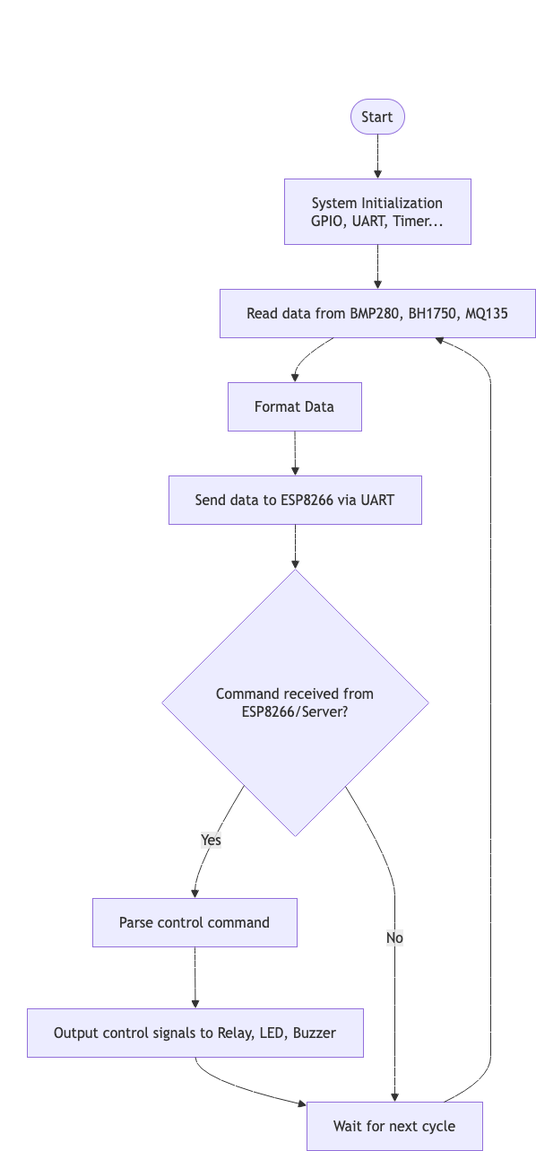
Earlier version of the draw.io export docs/architecture/stm32-flow.png (jostran1406/Phase_2_Group_11). Source tidied: cells renumbered, new cells last; positions are measured from the earlier drawing's top-left corner, leaving out a move shared by most shapes.
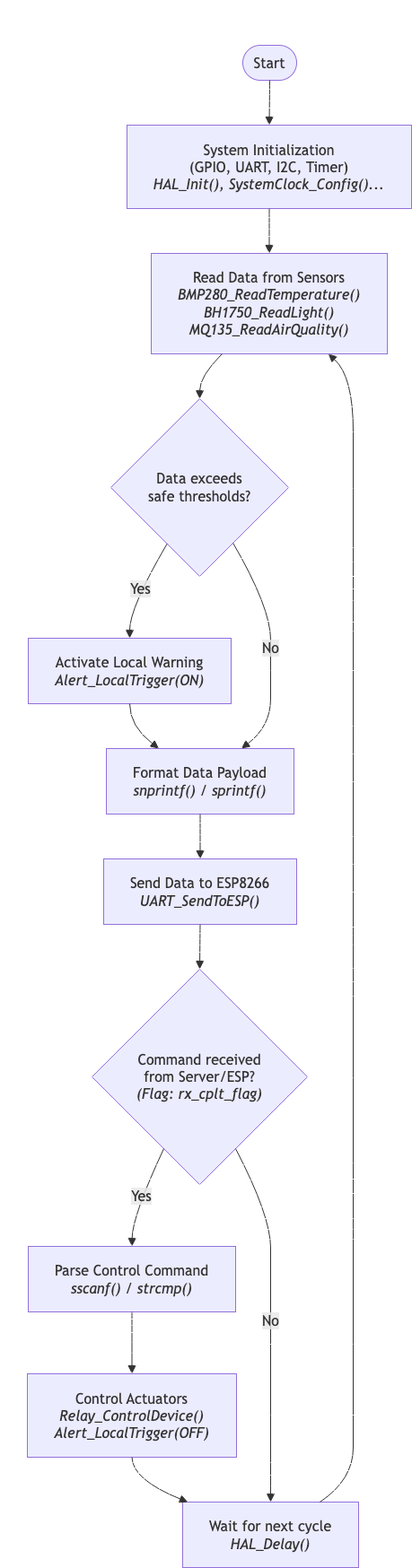
The same diagram one commit later.

The edit, as a diff of the source:
```diff
@@ -6,95 +6,128 @@
       <mxGeometry as="geometry" />
     </mxCell>
     <mxCell id="3" value="Start" style="html=1;rounded=1;whiteSpace=wrap;arcSize=50;strokeWidth=1;fillColor=light-dark(#ECECFF,#1f2020);strokeColor=light-dark(#9370DB,#cccccc);fontColor=light-dark(#333333,#cccccc);fontFamily=Trebuchet MS,Verdana,Arial,sans-serif;fontSize=16;" parent="2" vertex="1">
-      <mxGeometry x="391" y="110" width="60" height="39" as="geometry" />
+      <mxGeometry x="270" y="50" width="60" height="39" as="geometry" />
     </mxCell>
-    <mxCell id="4" value="System Initialization&#10;GPIO, UART, Timer..." style="html=1;whiteSpace=wrap;strokeWidth=1;fillColor=light-dark(#ECECFF,#1f2020);strokeColor=light-dark(#9370DB,#cccccc);fontColor=light-dark(#333333,#cccccc);fontFamily=Trebuchet MS,Verdana,Arial,sans-serif;fontSize=16;" parent="2" vertex="1">
-      <mxGeometry x="317" y="199" width="208" height="73" as="geometry" />
-    </mxCell>
-    <mxCell id="5" value="Read data from BMP280, BH1750, MQ135" style="html=1;whiteSpace=wrap;strokeWidth=1;fillColor=light-dark(#ECECFF,#1f2020);strokeColor=light-dark(#9370DB,#cccccc);fontColor=light-dark(#333333,#cccccc);fontFamily=Trebuchet MS,Verdana,Arial,sans-serif;fontSize=16;" parent="2" vertex="1">
-      <mxGeometry x="245" y="322" width="352" height="54" as="geometry" />
-    </mxCell>
-    <mxCell id="6" value="Format Data" style="html=1;whiteSpace=wrap;strokeWidth=1;fillColor=light-dark(#ECECFF,#1f2020);strokeColor=light-dark(#9370DB,#cccccc);fontColor=light-dark(#333333,#cccccc);fontFamily=Trebuchet MS,Verdana,Arial,sans-serif;fontSize=16;" parent="2" vertex="1">
-      <mxGeometry x="254" y="426" width="149" height="54" as="geometry" />
-    </mxCell>
-    <mxCell id="7" value="Send data to ESP8266 via UART" style="html=1;whiteSpace=wrap;strokeWidth=1;fillColor=light-dark(#ECECFF,#1f2020);strokeColor=light-dark(#9370DB,#cccccc);fontColor=light-dark(#333333,#cccccc);fontFamily=Trebuchet MS,Verdana,Arial,sans-serif;fontSize=16;" parent="2" vertex="1">
-      <mxGeometry x="188" y="530" width="282" height="54" as="geometry" />
-    </mxCell>
-    <mxCell id="8" value="Command received from&#10;ESP8266/Server?" style="rhombus;html=1;strokeWidth=1;whiteSpace=wrap;fillColor=light-dark(#ECECFF,#1f2020);strokeColor=light-dark(#9370DB,#cccccc);fontColor=light-dark(#333333,#cccccc);fontFamily=Trebuchet MS,Verdana,Arial,sans-serif;fontSize=16;" parent="2" vertex="1">
-      <mxGeometry x="180" y="634" width="298" height="298" as="geometry" />
-    </mxCell>
-    <mxCell id="9" value="Parse control command" style="html=1;whiteSpace=wrap;strokeWidth=1;fillColor=light-dark(#ECECFF,#1f2020);strokeColor=light-dark(#9370DB,#cccccc);fontColor=light-dark(#333333,#cccccc);fontFamily=Trebuchet MS,Verdana,Arial,sans-serif;fontSize=16;" parent="2" vertex="1">
-      <mxGeometry x="103" y="1001" width="228" height="54" as="geometry" />
-    </mxCell>
-    <mxCell id="10" value="Output control signals to Relay, LED, Buzzer" style="html=1;whiteSpace=wrap;strokeWidth=1;fillColor=light-dark(#ECECFF,#1f2020);strokeColor=light-dark(#9370DB,#cccccc);fontColor=light-dark(#333333,#cccccc);fontFamily=Trebuchet MS,Verdana,Arial,sans-serif;fontSize=16;" parent="2" vertex="1">
-      <mxGeometry x="30" y="1124" width="375" height="54" as="geometry" />
-    </mxCell>
-    <mxCell id="11" value="Wait for next cycle" style="html=1;whiteSpace=wrap;strokeWidth=1;fillColor=light-dark(#ECECFF,#1f2020);strokeColor=light-dark(#9370DB,#cccccc);fontColor=light-dark(#333333,#cccccc);fontFamily=Trebuchet MS,Verdana,Arial,sans-serif;fontSize=16;" parent="2" vertex="1">
-      <mxGeometry x="342" y="1228" width="196" height="54" as="geometry" />
-    </mxCell>
-    <mxCell id="12" style="curved=1;startArrow=none;endArrow=block;endSize=7;strokeColor=light-dark(#333333,#cccccc);exitX=0.5;exitY=1;entryX=0.5;entryY=0;rounded=0;" parent="2" edge="1" source="3" target="4">
-      <mxGeometry relative="1" as="geometry" />
-    </mxCell>
-    <mxCell id="13" style="curved=1;startArrow=none;endArrow=block;endSize=7;strokeColor=light-dark(#333333,#cccccc);exitX=0.5;exitY=1;entryX=0.5;entryY=0;rounded=0;" parent="2" edge="1" source="4" target="5">
-      <mxGeometry relative="1" as="geometry" />
-    </mxCell>
-    <mxCell id="14" style="curved=1;startArrow=none;endArrow=block;endSize=7;strokeColor=light-dark(#333333,#cccccc);exitX=0.36;exitY=1;entryX=0.5;entryY=0;rounded=0;" parent="2" edge="1" source="5" target="6">
-      <mxGeometry relative="1" as="geometry">
-        <Array as="points">
-          <mxPoint x="329" y="401" />
-        </Array>
-      </mxGeometry>
-    </mxCell>
-    <mxCell id="15" style="curved=1;startArrow=none;endArrow=block;endSize=7;strokeColor=light-dark(#333333,#cccccc);exitX=0.5;exitY=1;entryX=0.5;entryY=0;rounded=0;" parent="2" edge="1" source="6" target="7">
-      <mxGeometry relative="1" as="geometry" />
-    </mxCell>
-    <mxCell id="16" style="curved=1;startArrow=none;endArrow=block;endSize=7;strokeColor=light-dark(#333333,#cccccc);exitX=0.5;exitY=1;entryX=0.5;entryY=0;rounded=0;" parent="2" edge="1" source="7" target="8">
-      <mxGeometry relative="1" as="geometry" />
-    </mxCell>
-    <mxCell id="17" value="Yes" style="curved=1;startArrow=none;endArrow=block;endSize=7;strokeColor=light-dark(#333333,#cccccc);html=1;fontSize=16;labelBackgroundColor=light-dark(#E8E8E88D,#2a2a2a8D);fontFamily=Trebuchet MS,Verdana,Arial,sans-serif;fontColor=light-dark(#333333,#cccccc);exitX=0.19;exitY=1;entryX=0.5;entryY=0;rounded=0;" parent="2" edge="1" source="8" target="9">
-      <mxGeometry relative="1" as="geometry">
-        <Array as="points">
-          <mxPoint x="217" y="966" />
-        </Array>
-      </mxGeometry>
-    </mxCell>
-    <mxCell id="18" style="curved=1;startArrow=none;endArrow=block;endSize=7;strokeColor=light-dark(#333333,#cccccc);exitX=0.5;exitY=1;entryX=0.5;entryY=0;rounded=0;" parent="2" edge="1" source="9" target="10">
-      <mxGeometry relative="1" as="geometry" />
-    </mxCell>
-    <mxCell id="19" style="curved=1;startArrow=none;endArrow=block;endSize=7;strokeColor=light-dark(#333333,#cccccc);exitX=0.5;exitY=1;entryX=0;entryY=0.07;rounded=0;" parent="2" edge="1" source="10" target="11">
-      <mxGeometry relative="1" as="geometry">
-        <Array as="points">
-          <mxPoint x="217" y="1203" />
-        </Array>
-      </mxGeometry>
-    </mxCell>
-    <mxCell id="20" value="No" style="curved=1;startArrow=none;endArrow=block;endSize=7;strokeColor=light-dark(#333333,#cccccc);html=1;fontSize=16;labelBackgroundColor=light-dark(#E8E8E88D,#2a2a2a8D);fontFamily=Trebuchet MS,Verdana,Arial,sans-serif;fontColor=light-dark(#333333,#cccccc);exitX=0.8;exitY=1;entryX=0.5;entryY=0;rounded=0;" parent="2" edge="1" source="8" target="11">
-      <mxGeometry relative="1" as="geometry">
-        <Array as="points">
-          <mxPoint x="440" y="966" />
-          <mxPoint x="440" y="1028" />
-          <mxPoint x="440" y="1089" />
-          <mxPoint x="440" y="1151" />
-          <mxPoint x="440" y="1203" />
-        </Array>
-      </mxGeometry>
-    </mxCell>
-    <mxCell id="21" style="curved=1;startArrow=none;endArrow=block;endSize=7;strokeColor=light-dark(#333333,#cccccc);exitX=0.78;exitY=0;entryX=0.68;entryY=1;rounded=0;" parent="2" edge="1" source="11" target="5">
-      <mxGeometry relative="1" as="geometry">
-        <Array as="points">
-          <mxPoint x="547" y="1203" />
-          <mxPoint x="547" y="1151" />
-          <mxPoint x="547" y="1089" />
-          <mxPoint x="547" y="1028" />
-          <mxPoint x="547" y="966" />
-          <mxPoint x="547" y="783" />
-          <mxPoint x="547" y="609" />
-          <mxPoint x="547" y="557" />
-          <mxPoint x="547" y="505" />
-          <mxPoint x="547" y="453" />
-          <mxPoint x="547" y="401" />
-        </Array>
-      </mxGeometry>
-    </mxCell>
+    <mxCell id="22" value="System Initialization&#10;(GPIO, UART, I2C, Timer)&#10;&lt;i&gt;HAL_Init(), SystemClock_Config()...&lt;/i&gt;" style="html=1;whiteSpace=wrap;strokeWidth=1;fillColor=light-dark(#ECECFF,#1f2020);strokeColor=light-dark(#9370DB,#cccccc);fontColor=light-dark(#333333,#cccccc);fontFamily=Trebuchet MS,Verdana,Arial,sans-serif;fontSize=16;" parent="2" vertex="1">
+      <mxGeometry x="141" y="139" width="317" height="93" as="geometry" />
+    </mxCell>
+    <mxCell id="23" value="Read Data from Sensors&#10;&lt;i&gt;BMP280_ReadTemperature()&lt;/i&gt;&#10;&lt;i&gt;BH1750_ReadLight()&lt;/i&gt;&#10;&lt;i&gt;MQ135_ReadAirQuality()&lt;/i&gt;" style="html=1;whiteSpace=wrap;strokeWidth=1;fillColor=light-dark(#ECECFF,#1f2020);strokeColor=light-dark(#9370DB,#cccccc);fontColor=light-dark(#333333,#cccccc);fontFamily=Trebuchet MS,Verdana,Arial,sans-serif;fontSize=16;" parent="2" vertex="1">
+      <mxGeometry x="168" y="282" width="263" height="112" as="geometry" />
+    </mxCell>
+    <mxCell id="24" value="Data exceeds&#10;safe thresholds?" style="rhombus;html=1;strokeWidth=1;whiteSpace=wrap;fillColor=light-dark(#ECECFF,#1f2020);strokeColor=light-dark(#9370DB,#cccccc);fontColor=light-dark(#333333,#cccccc);fontFamily=Trebuchet MS,Verdana,Arial,sans-serif;fontSize=16;" parent="2" vertex="1">
+      <mxGeometry x="123" y="444" width="198" height="198" as="geometry" />
+    </mxCell>
+    <mxCell id="25" value="Activate Local Warning&#10;&lt;i&gt;Alert_LocalTrigger(ON)&lt;/i&gt;" style="html=1;whiteSpace=wrap;strokeWidth=1;fillColor=light-dark(#ECECFF,#1f2020);strokeColor=light-dark(#9370DB,#cccccc);fontColor=light-dark(#333333,#cccccc);fontFamily=Trebuchet MS,Verdana,Arial,sans-serif;fontSize=16;" parent="2" vertex="1">
+      <mxGeometry x="31" y="711" width="226" height="73" as="geometry" />
+    </mxCell>
+    <mxCell id="26" value="Format Data Payload&#10;&lt;i&gt;snprintf() / sprintf()&lt;/i&gt;" style="html=1;whiteSpace=wrap;strokeWidth=1;fillColor=light-dark(#ECECFF,#1f2020);strokeColor=light-dark(#9370DB,#cccccc);fontColor=light-dark(#333333,#cccccc);fontFamily=Trebuchet MS,Verdana,Arial,sans-serif;fontSize=16;" parent="2" vertex="1">
+      <mxGeometry x="118" y="834" width="209" height="73" as="geometry" />
+    </mxCell>
+    <mxCell id="27" value="Send Data to ESP8266&#10;&lt;i&gt;UART_SendToESP()&lt;/i&gt;" style="html=1;whiteSpace=wrap;strokeWidth=1;fillColor=light-dark(#ECECFF,#1f2020);strokeColor=light-dark(#9370DB,#cccccc);fontColor=light-dark(#333333,#cccccc);fontFamily=Trebuchet MS,Verdana,Arial,sans-serif;fontSize=16;" parent="2" vertex="1">
+      <mxGeometry x="115" y="957" width="215" height="73" as="geometry" />
+    </mxCell>
+    <mxCell id="28" value="Command received&#10;from Server/ESP?&#10;&lt;i&gt;(Flag: rx_cplt_flag)&lt;/i&gt;" style="rhombus;html=1;strokeWidth=1;whiteSpace=wrap;fillColor=light-dark(#ECECFF,#1f2020);strokeColor=light-dark(#9370DB,#cccccc);fontColor=light-dark(#333333,#cccccc);fontFamily=Trebuchet MS,Verdana,Arial,sans-serif;fontSize=16;" parent="2" vertex="1">
+      <mxGeometry x="102" y="1080" width="240" height="240" as="geometry" />
+    </mxCell>
+    <mxCell id="29" value="Parse Control Command&#10;&lt;i&gt;sscanf() / strcmp()&lt;/i&gt;" style="html=1;whiteSpace=wrap;strokeWidth=1;fillColor=light-dark(#ECECFF,#1f2020);strokeColor=light-dark(#9370DB,#cccccc);fontColor=light-dark(#333333,#cccccc);fontFamily=Trebuchet MS,Verdana,Arial,sans-serif;fontSize=16;" parent="2" vertex="1">
+      <mxGeometry x="31" y="1389" width="231" height="73" as="geometry" />
+    </mxCell>
+    <mxCell id="30" value="Control Actuators&#10;&lt;i&gt;Relay_ControlDevice()&lt;/i&gt;&#10;&lt;i&gt;Alert_LocalTrigger(OFF)&lt;/i&gt;" style="html=1;whiteSpace=wrap;strokeWidth=1;fillColor=light-dark(#ECECFF,#1f2020);strokeColor=light-dark(#9370DB,#cccccc);fontColor=light-dark(#333333,#cccccc);fontFamily=Trebuchet MS,Verdana,Arial,sans-serif;fontSize=16;" parent="2" vertex="1">
+      <mxGeometry x="30" y="1531" width="233" height="93" as="geometry" />
+    </mxCell>
+    <mxCell id="31" value="Wait for next cycle&#10;&lt;i&gt;HAL_Delay()&lt;/i&gt;" style="html=1;whiteSpace=wrap;strokeWidth=1;fillColor=light-dark(#ECECFF,#1f2020);strokeColor=light-dark(#9370DB,#cccccc);fontColor=light-dark(#333333,#cccccc);fontFamily=Trebuchet MS,Verdana,Arial,sans-serif;fontSize=16;" parent="2" vertex="1">
+      <mxGeometry x="203" y="1674" width="196" height="73" as="geometry" />
+    </mxCell>
+    <mxCell id="32" style="curved=1;startArrow=none;endArrow=block;endSize=7;strokeColor=light-dark(#333333,#cccccc);exitX=0.5;exitY=1;entryX=0.5;entryY=0;rounded=0;" parent="2" edge="1" source="3" target="22">
+      <mxGeometry relative="1" as="geometry" />
+    </mxCell>
+    <mxCell id="33" style="curved=1;startArrow=none;endArrow=block;endSize=7;strokeColor=light-dark(#333333,#cccccc);exitX=0.5;exitY=1;entryX=0.5;entryY=0;rounded=0;" parent="2" edge="1" source="22" target="23">
+      <mxGeometry relative="1" as="geometry" />
+    </mxCell>
+    <mxCell id="34" style="curved=1;startArrow=none;endArrow=block;endSize=7;strokeColor=light-dark(#333333,#cccccc);exitX=0.3;exitY=1;entryX=0.5;entryY=0;rounded=0;" parent="2" edge="1" source="23" target="24">
+      <mxGeometry relative="1" as="geometry">
+        <Array as="points">
+          <mxPoint x="222" y="419" />
+        </Array>
+      </mxGeometry>
+    </mxCell>
+    <mxCell id="35" value="Yes" style="curved=1;startArrow=none;endArrow=block;endSize=7;strokeColor=light-dark(#333333,#cccccc);html=1;fontSize=16;labelBackgroundColor=light-dark(#E8E8E88D,#2a2a2a8D);fontFamily=Trebuchet MS,Verdana,Arial,sans-serif;fontColor=light-dark(#333333,#cccccc);exitX=0.21;exitY=1;entryX=0.5;entryY=0;rounded=0;" parent="2" edge="1" source="24" target="25">
+      <mxGeometry relative="1" as="geometry">
+        <Array as="points">
+          <mxPoint x="144" y="677" />
+        </Array>
+      </mxGeometry>
+    </mxCell>
+    <mxCell id="36" style="curved=1;startArrow=none;endArrow=block;endSize=7;strokeColor=light-dark(#333333,#cccccc);exitX=0.5;exitY=1;entryX=0.28;entryY=0;rounded=0;" parent="2" edge="1" source="25" target="26">
+      <mxGeometry relative="1" as="geometry">
+        <Array as="points">
+          <mxPoint x="144" y="809" />
+        </Array>
+      </mxGeometry>
+    </mxCell>
+    <mxCell id="37" value="No" style="curved=1;startArrow=none;endArrow=block;endSize=7;strokeColor=light-dark(#333333,#cccccc);html=1;fontSize=16;labelBackgroundColor=light-dark(#E8E8E88D,#2a2a2a8D);fontFamily=Trebuchet MS,Verdana,Arial,sans-serif;fontColor=light-dark(#333333,#cccccc);exitX=0.8;exitY=1;entryX=0.72;entryY=0;rounded=0;" parent="2" edge="1" source="24" target="26">
+      <mxGeometry relative="1" as="geometry">
+        <Array as="points">
+          <mxPoint x="301" y="677" />
+          <mxPoint x="301" y="748" />
+          <mxPoint x="301" y="809" />
+        </Array>
+      </mxGeometry>
+    </mxCell>
+    <mxCell id="38" style="curved=1;startArrow=none;endArrow=block;endSize=7;strokeColor=light-dark(#333333,#cccccc);exitX=0.5;exitY=1;entryX=0.5;entryY=0;rounded=0;" parent="2" edge="1" source="26" target="27">
+      <mxGeometry relative="1" as="geometry" />
+    </mxCell>
+    <mxCell id="39" style="curved=1;startArrow=none;endArrow=block;endSize=7;strokeColor=light-dark(#333333,#cccccc);exitX=0.5;exitY=1;entryX=0.5;entryY=0;rounded=0;" parent="2" edge="1" source="27" target="28">
+      <mxGeometry relative="1" as="geometry" />
+    </mxCell>
+    <mxCell id="40" value="Yes" style="curved=1;startArrow=none;endArrow=block;endSize=7;strokeColor=light-dark(#333333,#cccccc);html=1;fontSize=16;labelBackgroundColor=light-dark(#E8E8E88D,#2a2a2a8D);fontFamily=Trebuchet MS,Verdana,Arial,sans-serif;fontColor=light-dark(#333333,#cccccc);exitX=0.25;exitY=1;entryX=0.5;entryY=0;rounded=0;" parent="2" edge="1" source="28" target="29">
+      <mxGeometry relative="1" as="geometry">
+        <Array as="points">
+          <mxPoint x="147" y="1355" />
+        </Array>
+      </mxGeometry>
+    </mxCell>
+    <mxCell id="41" style="curved=1;startArrow=none;endArrow=block;endSize=7;strokeColor=light-dark(#333333,#cccccc);exitX=0.5;exitY=1;entryX=0.5;entryY=0;rounded=0;" parent="2" edge="1" source="29" target="30">
+      <mxGeometry relative="1" as="geometry" />
+    </mxCell>
+    <mxCell id="42" style="curved=1;startArrow=none;endArrow=block;endSize=7;strokeColor=light-dark(#333333,#cccccc);exitX=0.5;exitY=1;entryX=0.03;entryY=0;rounded=0;" parent="2" edge="1" source="30" target="31">
+      <mxGeometry relative="1" as="geometry">
+        <Array as="points">
+          <mxPoint x="147" y="1649" />
+        </Array>
+      </mxGeometry>
+    </mxCell>
+    <mxCell id="43" value="No" style="curved=1;startArrow=none;endArrow=block;endSize=7;strokeColor=light-dark(#333333,#cccccc);html=1;fontSize=16;labelBackgroundColor=light-dark(#E8E8E88D,#2a2a2a8D);fontFamily=Trebuchet MS,Verdana,Arial,sans-serif;fontColor=light-dark(#333333,#cccccc);exitX=0.75;exitY=1;entryX=0.5;entryY=0;rounded=0;" parent="2" edge="1" source="28" target="31">
+      <mxGeometry relative="1" as="geometry">
+        <Array as="points">
+          <mxPoint x="301" y="1355" />
+          <mxPoint x="301" y="1426" />
+          <mxPoint x="301" y="1497" />
+          <mxPoint x="301" y="1578" />
+          <mxPoint x="301" y="1649" />
+        </Array>
+      </mxGeometry>
+    </mxCell>
+    <mxCell id="44" style="curved=1;startArrow=none;endArrow=block;endSize=7;strokeColor=light-dark(#333333,#cccccc);exitX=0.78;exitY=0;entryX=0.75;entryY=1;rounded=0;" parent="2" edge="1" source="31" target="23">
+      <mxGeometry relative="1" as="geometry">
+        <Array as="points">
+          <mxPoint x="393" y="1649" />
+          <mxPoint x="393" y="1578" />
+          <mxPoint x="393" y="1497" />
+          <mxPoint x="393" y="1426" />
+          <mxPoint x="393" y="1355" />
+          <mxPoint x="393" y="1200" />
+          <mxPoint x="393" y="1055" />
+          <mxPoint x="393" y="994" />
+          <mxPoint x="393" y="932" />
+          <mxPoint x="393" y="871" />
+          <mxPoint x="393" y="809" />
+          <mxPoint x="393" y="748" />
+          <mxPoint x="393" y="677" />
+          <mxPoint x="393" y="543" />
+          <mxPoint x="393" y="419" />
+        </Array>
+      </mxGeometry>
+    </mxCell>
   </root>
 </mxGraphModel>
```
